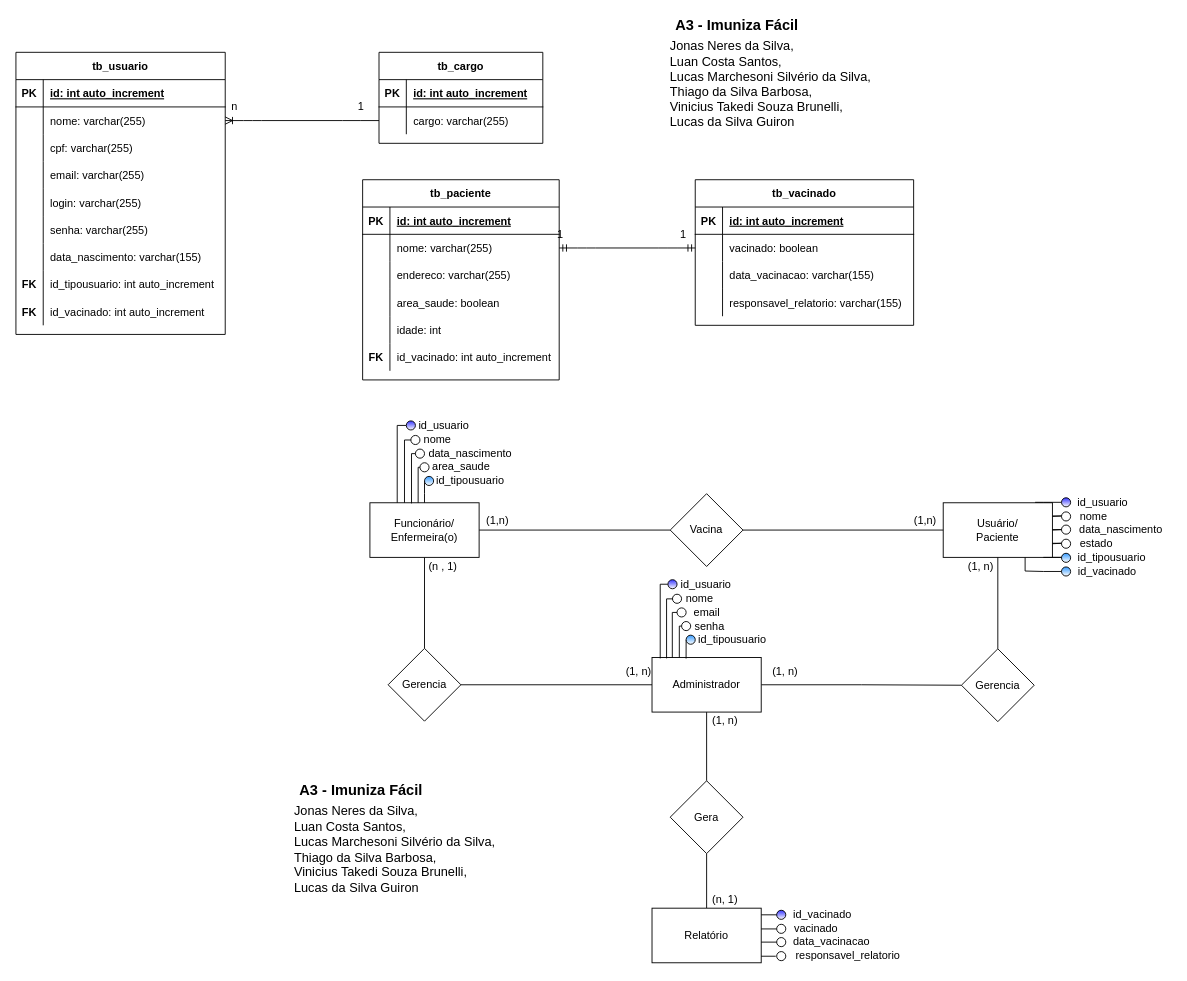
viniciustakedi/USTJ-CC-A3 keeps this draw.io diagram as Diagramas/DER/DER_IMUNIZAFACIL.drawio. Above is the earlier version. Source tidied: cells renumbered, new cells numbered last; positions are measured from the earlier drawing's top-left corner, leaving out a move shared by most shapes. Both pictures are drawn from the tidied source at 91%, with x=0, y=0 at pixel (15, 15).
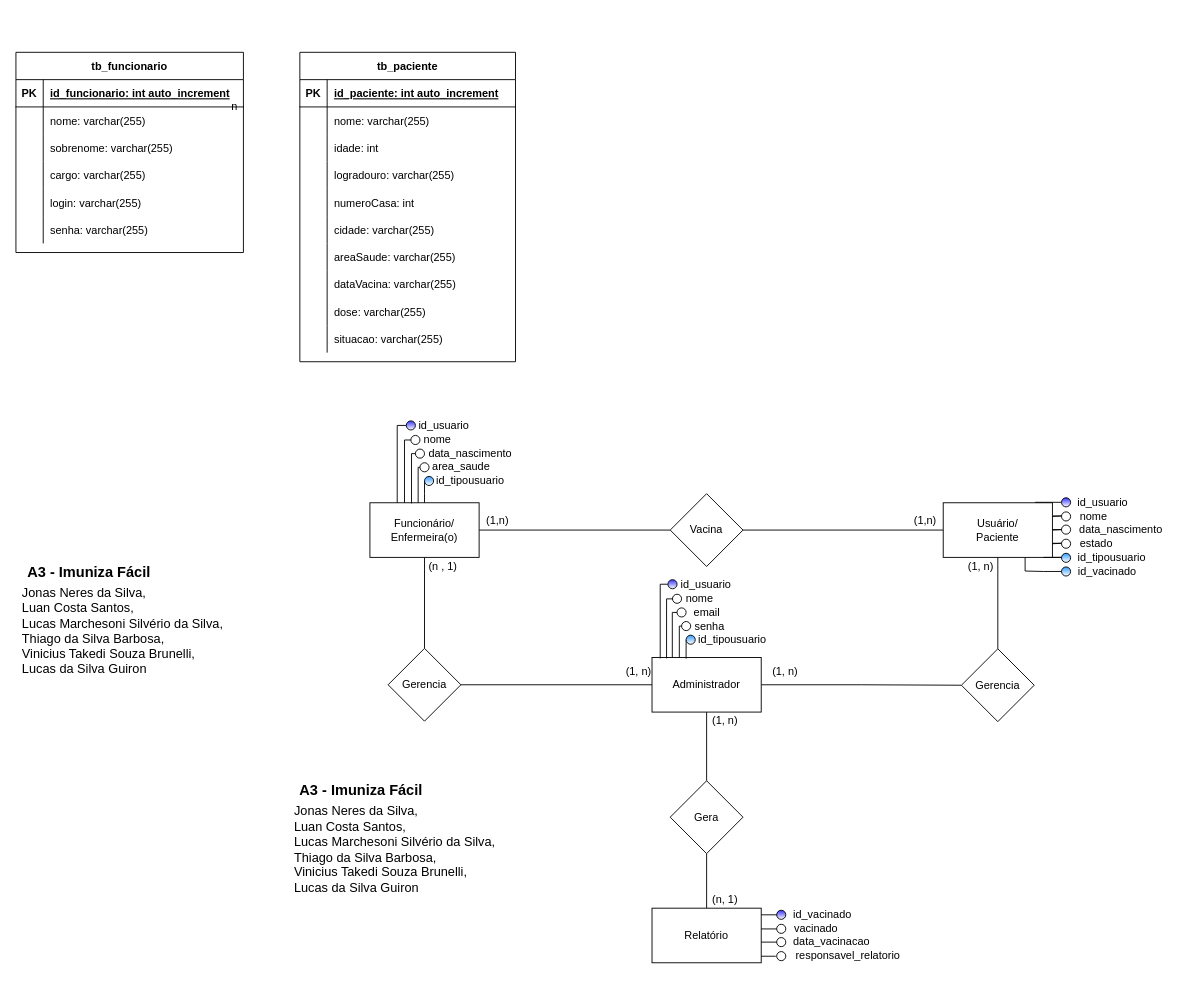
The same page after the edit.

Commit message (it also covers changes not shown here):
DER atualizado :robot:

Diff of the diagram source:
```diff
@@
-    <mxCell id="2" value="tb_cargo" style="shape=table;startSize=30;childLayout=tableLayout;rowLines=0;fontStyle=1;align=center;" parent="1" vertex="1">
-      <mxGeometry x="399" y="40" width="180" height="100" as="geometry" />
-    </mxCell>
-    <mxCell id="3" style="shape=partialRectangle;fillColor=none;top=0;left=0;bottom=1;right=0;" parent="2" vertex="1">
-      <mxGeometry y="30" width="180" height="30" as="geometry" />
-    </mxCell>
-    <mxCell id="4" value="PK" style="shape=partialRectangle;fillColor=none;top=0;left=0;bottom=0;right=0;fontStyle=1;overflow=hidden;" parent="3" vertex="1">
-      <mxGeometry width="30" height="30" as="geometry" />
-    </mxCell>
-    <mxCell id="5" value="id: int auto_increment" style="shape=partialRectangle;fillColor=none;top=0;left=0;bottom=0;right=0;align=left;spacingLeft=6;fontStyle=5;overflow=hidden;" parent="3" vertex="1">
-      <mxGeometry x="30" width="150" height="30" as="geometry" />
-    </mxCell>
-    <mxCell id="6" style="shape=partialRectangle;fillColor=none;top=0;left=0;bottom=0;right=0;points=[[0,0.5],[1,0.5]];portConstraint=eastwest;" parent="2" vertex="1">
-      <mxGeometry y="60" width="180" height="30" as="geometry" />
-    </mxCell>
-    <mxCell id="7" style="shape=partialRectangle;fillColor=none;top=0;left=0;bottom=0;right=0;overflow=hidden;" parent="6" vertex="1">
-      <mxGeometry width="30" height="30" as="geometry" />
-    </mxCell>
-    <mxCell id="8" value="cargo: varchar(255)" style="shape=partialRectangle;fillColor=none;top=0;left=0;bottom=0;right=0;align=left;spacingLeft=6;overflow=hidden;" parent="6" vertex="1">
-      <mxGeometry x="30" width="150" height="30" as="geometry" />
-    </mxCell>
-    <mxCell id="9" value="tb_usuario" style="shape=table;startSize=30;childLayout=tableLayout;rowLines=0;fontStyle=1;align=center;" parent="1" vertex="1">
-      <mxGeometry y="40" width="230" height="310" as="geometry" />
+    <mxCell id="9" value="tb_funcionario" style="shape=table;startSize=30;childLayout=tableLayout;rowLines=0;fontStyle=1;align=center;" parent="1" vertex="1">
+      <mxGeometry y="40" width="250" height="220" as="geometry" />
     </mxCell>
     <mxCell id="10" style="shape=partialRectangle;fillColor=none;top=0;left=0;bottom=1;right=0;" parent="9" vertex="1">
-      <mxGeometry y="30" width="230" height="30" as="geometry" />
+      <mxGeometry y="30" width="250" height="30" as="geometry" />
     </mxCell>
@@
-    <mxCell id="12" value="id: int auto_increment" style="shape=partialRectangle;fillColor=none;top=0;left=0;bottom=0;right=0;align=left;spacingLeft=6;fontStyle=5;overflow=hidden;" parent="10" vertex="1">
-      <mxGeometry x="30" width="200" height="30" as="geometry" />
+    <mxCell id="12" value="id_funcionario: int auto_increment" style="shape=partialRectangle;fillColor=none;top=0;left=0;bottom=0;right=0;align=left;spacingLeft=6;fontStyle=5;overflow=hidden;" parent="10" vertex="1">
+      <mxGeometry x="30" width="220" height="30" as="geometry" />
     </mxCell>
     <mxCell id="13" style="shape=partialRectangle;fillColor=none;top=0;left=0;bottom=0;right=0;points=[[0,0.5],[1,0.5]];portConstraint=eastwest;" parent="9" vertex="1">
-      <mxGeometry y="60" width="230" height="30" as="geometry" />
+      <mxGeometry y="60" width="250" height="30" as="geometry" />
     </mxCell>
@@
     <mxCell id="15" value="nome: varchar(255)" style="shape=partialRectangle;fillColor=none;top=0;left=0;bottom=0;right=0;align=left;spacingLeft=6;overflow=hidden;" parent="13" vertex="1">
-      <mxGeometry x="30" width="200" height="30" as="geometry" />
+      <mxGeometry x="30" width="220" height="30" as="geometry" />
     </mxCell>
     <mxCell id="16" style="shape=partialRectangle;fillColor=none;top=0;left=0;bottom=0;right=0;" parent="9" vertex="1">
-      <mxGeometry y="90" width="230" height="30" as="geometry" />
+      <mxGeometry y="90" width="250" height="30" as="geometry" />
     </mxCell>
@@
-    <mxCell id="18" value="cpf: varchar(255)" style="shape=partialRectangle;fillColor=none;top=0;left=0;bottom=0;right=0;align=left;spacingLeft=6;overflow=hidden;" parent="16" vertex="1">
-      <mxGeometry x="30" width="200" height="30" as="geometry" />
+    <mxCell id="18" value="sobrenome: varchar(255)" style="shape=partialRectangle;fillColor=none;top=0;left=0;bottom=0;right=0;align=left;spacingLeft=6;overflow=hidden;" parent="16" vertex="1">
+      <mxGeometry x="30" width="220" height="30" as="geometry" />
     </mxCell>
     <mxCell id="19" style="shape=partialRectangle;fillColor=none;top=0;left=0;bottom=0;right=0;" parent="9" vertex="1">
-      <mxGeometry y="120" width="230" height="30" as="geometry" />
+      <mxGeometry y="120" width="250" height="30" as="geometry" />
     </mxCell>
@@
-    <mxCell id="21" value="email: varchar(255)" style="shape=partialRectangle;fillColor=none;top=0;left=0;bottom=0;right=0;align=left;spacingLeft=6;overflow=hidden;" parent="19" vertex="1">
-      <mxGeometry x="30" width="200" height="30" as="geometry" />
+    <mxCell id="21" value="cargo: varchar(255)" style="shape=partialRectangle;fillColor=none;top=0;left=0;bottom=0;right=0;align=left;spacingLeft=6;overflow=hidden;" parent="19" vertex="1">
+      <mxGeometry x="30" width="220" height="30" as="geometry" />
     </mxCell>
     <mxCell id="22" style="shape=partialRectangle;fillColor=none;top=0;left=0;bottom=0;right=0;" parent="9" vertex="1">
-      <mxGeometry y="150" width="230" height="30" as="geometry" />
+      <mxGeometry y="150" width="250" height="30" as="geometry" />
     </mxCell>
@@
     <mxCell id="24" value="login: varchar(255)" style="shape=partialRectangle;fillColor=none;top=0;left=0;bottom=0;right=0;align=left;spacingLeft=6;overflow=hidden;" parent="22" vertex="1">
-      <mxGeometry x="30" width="200" height="30" as="geometry" />
+      <mxGeometry x="30" width="220" height="30" as="geometry" />
     </mxCell>
     <mxCell id="25" style="shape=partialRectangle;fillColor=none;top=0;left=0;bottom=0;right=0;" parent="9" vertex="1">
-      <mxGeometry y="180" width="230" height="30" as="geometry" />
+      <mxGeometry y="180" width="250" height="30" as="geometry" />
     </mxCell>
@@
     <mxCell id="27" value="senha: varchar(255)" style="shape=partialRectangle;fillColor=none;top=0;left=0;bottom=0;right=0;align=left;spacingLeft=6;overflow=hidden;" parent="25" vertex="1">
-      <mxGeometry x="30" width="200" height="30" as="geometry" />
+      <mxGeometry x="30" width="220" height="30" as="geometry" />
     </mxCell>
-    <mxCell id="28" style="shape=partialRectangle;fillColor=none;top=0;left=0;bottom=0;right=0;" parent="9" vertex="1">
-      <mxGeometry y="210" width="230" height="30" as="geometry" />
-    </mxCell>
-    <mxCell id="29" style="shape=partialRectangle;fillColor=none;top=0;left=0;bottom=0;right=0;overflow=hidden;" parent="28" vertex="1">
-      <mxGeometry width="30" height="30" as="geometry" />
-    </mxCell>
-    <mxCell id="30" value="data_nascimento: varchar(155)" style="shape=partialRectangle;fillColor=none;top=0;left=0;bottom=0;right=0;align=left;spacingLeft=6;overflow=hidden;" parent="28" vertex="1">
-      <mxGeometry x="30" width="200" height="30" as="geometry" />
-    </mxCell>
-    <mxCell id="31" style="shape=partialRectangle;fillColor=none;top=0;left=0;bottom=0;right=0;" parent="9" vertex="1">
-      <mxGeometry y="240" width="230" height="30" as="geometry" />
-    </mxCell>
-    <mxCell id="32" value="FK" style="shape=partialRectangle;fillColor=none;top=0;left=0;bottom=0;right=0;overflow=hidden;fontStyle=1;" parent="31" vertex="1">
-      <mxGeometry width="30" height="30" as="geometry" />
-    </mxCell>
-    <mxCell id="33" value="id_tipousuario: int auto_increment" style="shape=partialRectangle;fillColor=none;top=0;left=0;bottom=0;right=0;align=left;spacingLeft=6;overflow=hidden;" parent="31" vertex="1">
-      <mxGeometry x="30" width="200" height="30" as="geometry" />
-    </mxCell>
-    <mxCell id="34" style="shape=partialRectangle;fillColor=none;top=0;left=0;bottom=0;right=0;" parent="9" vertex="1">
-      <mxGeometry y="270" width="230" height="30" as="geometry" />
-    </mxCell>
-    <mxCell id="35" value="FK" style="shape=partialRectangle;fillColor=none;top=0;left=0;bottom=0;right=0;overflow=hidden;fontStyle=1;" parent="34" vertex="1">
-      <mxGeometry width="30" height="30" as="geometry" />
-    </mxCell>
-    <mxCell id="36" value="id_vacinado: int auto_increment" style="shape=partialRectangle;fillColor=none;top=0;left=0;bottom=0;right=0;align=left;spacingLeft=6;overflow=hidden;" parent="34" vertex="1">
-      <mxGeometry x="30" width="200" height="30" as="geometry" />
-    </mxCell>
-    <mxCell id="37" style="edgeStyle=entityRelationEdgeStyle;fontSize=12;html=1;endArrow=ERoneToMany;entryX=1;entryY=0.5;entryDx=0;entryDy=0;exitX=0;exitY=0.5;exitDx=0;exitDy=0;" parent="1" edge="1" source="6" target="13">
-      <mxGeometry relative="1" as="geometry" />
-    </mxCell>
-    <mxCell id="38" value="1" style="text;html=1;align=center;verticalAlign=middle;strokeColor=none;" parent="1" vertex="1">
-      <mxGeometry x="369" y="90" width="20" height="20" as="geometry" />
-    </mxCell>
@@
-    <mxCell id="61" value="tb_vacinado" style="shape=table;startSize=30;childLayout=tableLayout;rowLines=0;fontStyle=1;align=center;" parent="1" vertex="1">
-      <mxGeometry x="746.5" y="180" width="240" height="160" as="geometry" />
-    </mxCell>
-    <mxCell id="62" style="shape=partialRectangle;fillColor=none;top=0;left=0;bottom=1;right=0;" parent="61" vertex="1">
-      <mxGeometry y="30" width="240" height="30" as="geometry" />
-    </mxCell>
-    <mxCell id="63" value="PK" style="shape=partialRectangle;fillColor=none;top=0;left=0;bottom=0;right=0;fontStyle=1;overflow=hidden;" parent="62" vertex="1">
-      <mxGeometry width="30" height="30" as="geometry" />
-    </mxCell>
-    <mxCell id="64" value="id: int auto_increment" style="shape=partialRectangle;fillColor=none;top=0;left=0;bottom=0;right=0;align=left;spacingLeft=6;fontStyle=5;overflow=hidden;" parent="62" vertex="1">
-      <mxGeometry x="30" width="210" height="30" as="geometry" />
-    </mxCell>
-    <mxCell id="65" style="shape=partialRectangle;fillColor=none;top=0;left=0;bottom=0;right=0;points=[[0,0.5],[1,0.5]];portConstraint=eastwest;" parent="61" vertex="1">
-      <mxGeometry y="60" width="240" height="30" as="geometry" />
-    </mxCell>
-    <mxCell id="66" style="shape=partialRectangle;fillColor=none;top=0;left=0;bottom=0;right=0;overflow=hidden;" parent="65" vertex="1">
-      <mxGeometry width="30" height="30" as="geometry" />
-    </mxCell>
-    <mxCell id="67" value="vacinado: boolean" style="shape=partialRectangle;fillColor=none;top=0;left=0;bottom=0;right=0;align=left;spacingLeft=6;overflow=hidden;" parent="65" vertex="1">
-      <mxGeometry x="30" width="210" height="30" as="geometry" />
-    </mxCell>
-    <mxCell id="68" style="shape=partialRectangle;fillColor=none;top=0;left=0;bottom=0;right=0;" parent="61" vertex="1">
-      <mxGeometry y="90" width="240" height="30" as="geometry" />
-    </mxCell>
-    <mxCell id="69" style="shape=partialRectangle;fillColor=none;top=0;left=0;bottom=0;right=0;overflow=hidden;" parent="68" vertex="1">
-      <mxGeometry width="30" height="30" as="geometry" />
-    </mxCell>
-    <mxCell id="70" value="data_vacinacao: varchar(155)" style="shape=partialRectangle;fillColor=none;top=0;left=0;bottom=0;right=0;align=left;spacingLeft=6;overflow=hidden;" parent="68" vertex="1">
-      <mxGeometry x="30" width="210" height="30" as="geometry" />
-    </mxCell>
-    <mxCell id="71" style="shape=partialRectangle;fillColor=none;top=0;left=0;bottom=0;right=0;" parent="61" vertex="1">
-      <mxGeometry y="120" width="240" height="30" as="geometry" />
-    </mxCell>
-    <mxCell id="72" style="shape=partialRectangle;fillColor=none;top=0;left=0;bottom=0;right=0;overflow=hidden;" parent="71" vertex="1">
-      <mxGeometry width="30" height="30" as="geometry" />
-    </mxCell>
-    <mxCell id="73" value="responsavel_relatorio: varchar(155)" style="shape=partialRectangle;fillColor=none;top=0;left=0;bottom=0;right=0;align=left;spacingLeft=6;overflow=hidden;" parent="71" vertex="1">
-      <mxGeometry x="30" width="210" height="30" as="geometry" />
-    </mxCell>
-    <mxCell id="74" style="edgeStyle=entityRelationEdgeStyle;fontSize=12;html=1;endArrow=ERmandOne;startArrow=ERmandOne;entryX=0;entryY=0.5;entryDx=0;entryDy=0;exitX=1;exitY=0.5;exitDx=0;exitDy=0;" parent="1" edge="1" source="146" target="65">
-      <mxGeometry relative="1" as="geometry" />
-    </mxCell>
-    <mxCell id="75" value="1" style="text;html=1;align=center;verticalAlign=middle;strokeColor=none;" parent="1" vertex="1">
-      <mxGeometry x="588" y="230" width="20" height="20" as="geometry" />
-    </mxCell>
-    <mxCell id="76" value="1" style="text;html=1;align=center;verticalAlign=middle;strokeColor=none;" parent="1" vertex="1">
-      <mxGeometry x="722.5" y="230" width="20" height="20" as="geometry" />
-    </mxCell>
@@
     <mxCell id="142" value="tb_paciente" style="shape=table;startSize=30;childLayout=tableLayout;rowLines=0;fontStyle=1;align=center;" parent="1" vertex="1">
-      <mxGeometry x="381" y="180" width="216" height="220" as="geometry" />
+      <mxGeometry x="312" y="40" width="237" height="340" as="geometry" />
     </mxCell>
     <mxCell id="143" style="shape=partialRectangle;fillColor=none;top=0;left=0;bottom=1;right=0;" parent="142" vertex="1">
-      <mxGeometry y="30" width="216" height="30" as="geometry" />
+      <mxGeometry y="30" width="237" height="30" as="geometry" />
     </mxCell>
@@
-    <mxCell id="145" value="id: int auto_increment" style="shape=partialRectangle;fillColor=none;top=0;left=0;bottom=0;right=0;align=left;spacingLeft=6;fontStyle=5;overflow=hidden;" parent="143" vertex="1">
-      <mxGeometry x="30" width="186" height="30" as="geometry" />
+    <mxCell id="145" value="id_paciente: int auto_increment" style="shape=partialRectangle;fillColor=none;top=0;left=0;bottom=0;right=0;align=left;spacingLeft=6;fontStyle=5;overflow=hidden;" parent="143" vertex="1">
+      <mxGeometry x="30" width="207" height="30" as="geometry" />
     </mxCell>
     <mxCell id="146" style="shape=partialRectangle;fillColor=none;top=0;left=0;bottom=0;right=0;points=[[0,0.5],[1,0.5]];portConstraint=eastwest;" parent="142" vertex="1">
-      <mxGeometry y="60" width="216" height="30" as="geometry" />
+      <mxGeometry y="60" width="237" height="30" as="geometry" />
     </mxCell>
@@
     <mxCell id="148" value="nome: varchar(255)" style="shape=partialRectangle;fillColor=none;top=0;left=0;bottom=0;right=0;align=left;spacingLeft=6;overflow=hidden;" parent="146" vertex="1">
-      <mxGeometry x="30" width="186" height="30" as="geometry" />
+      <mxGeometry x="30" width="207" height="30" as="geometry" />
     </mxCell>
+    <mxCell id="155" style="shape=partialRectangle;fillColor=none;top=0;left=0;bottom=0;right=0;" parent="142" vertex="1">
+      <mxGeometry y="90" width="237" height="30" as="geometry" />
+    </mxCell>
+    <mxCell id="156" style="shape=partialRectangle;fillColor=none;top=0;left=0;bottom=0;right=0;overflow=hidden;" parent="155" vertex="1">
+      <mxGeometry width="30" height="30" as="geometry" />
+    </mxCell>
+    <mxCell id="157" value="idade: int" style="shape=partialRectangle;fillColor=none;top=0;left=0;bottom=0;right=0;align=left;spacingLeft=6;overflow=hidden;" parent="155" vertex="1">
+      <mxGeometry x="30" width="207" height="30" as="geometry" />
+    </mxCell>
     <mxCell id="149" style="shape=partialRectangle;fillColor=none;top=0;left=0;bottom=0;right=0;" parent="142" vertex="1">
-      <mxGeometry y="90" width="216" height="30" as="geometry" />
+      <mxGeometry y="120" width="237" height="30" as="geometry" />
     </mxCell>
@@
-    <mxCell id="151" value="endereco: varchar(255)" style="shape=partialRectangle;fillColor=none;top=0;left=0;bottom=0;right=0;align=left;spacingLeft=6;overflow=hidden;" parent="149" vertex="1">
-      <mxGeometry x="30" width="186" height="30" as="geometry" />
+    <mxCell id="151" value="logradouro: varchar(255)" style="shape=partialRectangle;fillColor=none;top=0;left=0;bottom=0;right=0;align=left;spacingLeft=6;overflow=hidden;" parent="149" vertex="1">
+      <mxGeometry x="30" width="207" height="30" as="geometry" />
     </mxCell>
     <mxCell id="152" style="shape=partialRectangle;fillColor=none;top=0;left=0;bottom=0;right=0;" parent="142" vertex="1">
-      <mxGeometry y="120" width="216" height="30" as="geometry" />
+      <mxGeometry y="150" width="237" height="30" as="geometry" />
     </mxCell>
@@
-    <mxCell id="154" value="area_saude: boolean" style="shape=partialRectangle;fillColor=none;top=0;left=0;bottom=0;right=0;align=left;spacingLeft=6;overflow=hidden;" parent="152" vertex="1">
-      <mxGeometry x="30" width="186" height="30" as="geometry" />
+    <mxCell id="154" value="numeroCasa: int" style="shape=partialRectangle;fillColor=none;top=0;left=0;bottom=0;right=0;align=left;spacingLeft=6;overflow=hidden;" parent="152" vertex="1">
+      <mxGeometry x="30" width="207" height="30" as="geometry" />
     </mxCell>
-    <mxCell id="155" style="shape=partialRectangle;fillColor=none;top=0;left=0;bottom=0;right=0;" parent="142" vertex="1">
-      <mxGeometry y="150" width="216" height="30" as="geometry" />
-    </mxCell>
-    <mxCell id="156" style="shape=partialRectangle;fillColor=none;top=0;left=0;bottom=0;right=0;overflow=hidden;" parent="155" vertex="1">
-      <mxGeometry width="30" height="30" as="geometry" />
-    </mxCell>
-    <mxCell id="157" value="idade: int" style="shape=partialRectangle;fillColor=none;top=0;left=0;bottom=0;right=0;align=left;spacingLeft=6;overflow=hidden;" parent="155" vertex="1">
-      <mxGeometry x="30" width="186" height="30" as="geometry" />
-    </mxCell>
     <mxCell id="158" style="shape=partialRectangle;fillColor=none;top=0;left=0;bottom=0;right=0;" parent="142" vertex="1">
-      <mxGeometry y="180" width="216" height="30" as="geometry" />
+      <mxGeometry y="180" width="237" height="30" as="geometry" />
     </mxCell>
-    <mxCell id="159" value="FK" style="shape=partialRectangle;fillColor=none;top=0;left=0;bottom=0;right=0;overflow=hidden;fontStyle=1;" parent="158" vertex="1">
+    <mxCell id="159" style="shape=partialRectangle;fillColor=none;top=0;left=0;bottom=0;right=0;overflow=hidden;fontStyle=1;" parent="158" vertex="1">
       <mxGeometry width="30" height="30" as="geometry" />
     </mxCell>
-    <mxCell id="160" value="id_vacinado: int auto_increment" style="shape=partialRectangle;fillColor=none;top=0;left=0;bottom=0;right=0;align=left;spacingLeft=6;overflow=hidden;" parent="158" vertex="1">
-      <mxGeometry x="30" width="186" height="30" as="geometry" />
+    <mxCell id="160" value="cidade: varchar(255)" style="shape=partialRectangle;fillColor=none;top=0;left=0;bottom=0;right=0;align=left;spacingLeft=6;overflow=hidden;" parent="158" vertex="1">
+      <mxGeometry x="30" width="207" height="30" as="geometry" />
     </mxCell>
+    <mxCell id="163" style="shape=partialRectangle;fillColor=none;top=0;left=0;bottom=0;right=0;" parent="142" vertex="1">
+      <mxGeometry y="210" width="237" height="30" as="geometry" />
+    </mxCell>
+    <mxCell id="164" style="shape=partialRectangle;fillColor=none;top=0;left=0;bottom=0;right=0;overflow=hidden;" parent="163" vertex="1">
+      <mxGeometry width="30" height="30" as="geometry" />
+    </mxCell>
+    <mxCell id="165" value="areaSaude: varchar(255)" style="shape=partialRectangle;fillColor=none;top=0;left=0;bottom=0;right=0;align=left;spacingLeft=6;overflow=hidden;" parent="163" vertex="1">
+      <mxGeometry x="30" width="207" height="30" as="geometry" />
+    </mxCell>
+    <mxCell id="166" style="shape=partialRectangle;fillColor=none;top=0;left=0;bottom=0;right=0;" parent="142" vertex="1">
+      <mxGeometry y="240" width="237" height="30" as="geometry" />
+    </mxCell>
+    <mxCell id="167" style="shape=partialRectangle;fillColor=none;top=0;left=0;bottom=0;right=0;overflow=hidden;" parent="166" vertex="1">
+      <mxGeometry width="30" height="30" as="geometry" />
+    </mxCell>
+    <mxCell id="168" value="dataVacina: varchar(255)" style="shape=partialRectangle;fillColor=none;top=0;left=0;bottom=0;right=0;align=left;spacingLeft=6;overflow=hidden;" parent="166" vertex="1">
+      <mxGeometry x="30" width="207" height="30" as="geometry" />
+    </mxCell>
+    <mxCell id="169" style="shape=partialRectangle;fillColor=none;top=0;left=0;bottom=0;right=0;" parent="142" vertex="1">
+      <mxGeometry y="270" width="237" height="30" as="geometry" />
+    </mxCell>
+    <mxCell id="170" style="shape=partialRectangle;fillColor=none;top=0;left=0;bottom=0;right=0;overflow=hidden;" parent="169" vertex="1">
+      <mxGeometry width="30" height="30" as="geometry" />
+    </mxCell>
+    <mxCell id="171" value="dose: varchar(255)" style="shape=partialRectangle;fillColor=none;top=0;left=0;bottom=0;right=0;align=left;spacingLeft=6;overflow=hidden;" parent="169" vertex="1">
+      <mxGeometry x="30" width="207" height="30" as="geometry" />
+    </mxCell>
+    <mxCell id="172" style="shape=partialRectangle;fillColor=none;top=0;left=0;bottom=0;right=0;" parent="142" vertex="1">
+      <mxGeometry y="300" width="237" height="30" as="geometry" />
+    </mxCell>
+    <mxCell id="173" style="shape=partialRectangle;fillColor=none;top=0;left=0;bottom=0;right=0;overflow=hidden;" parent="172" vertex="1">
+      <mxGeometry width="30" height="30" as="geometry" />
+    </mxCell>
+    <mxCell id="174" value="situacao: varchar(255)" style="shape=partialRectangle;fillColor=none;top=0;left=0;bottom=0;right=0;align=left;spacingLeft=6;overflow=hidden;" parent="172" vertex="1">
+      <mxGeometry x="30" width="207" height="30" as="geometry" />
+    </mxCell>
     <mxCell id="161" value="&lt;font style=&quot;font-size: 16px&quot;&gt;&lt;b&gt;A3 - Imuniza Fácil&lt;/b&gt;&lt;/font&gt;" style="text;html=1;align=center;verticalAlign=middle;strokeColor=none;" parent="1" vertex="1">
-      <mxGeometry x="716.5" width="150" height="20" as="geometry" />
+      <mxGeometry x="5" y="600.5" width="150" height="20" as="geometry" />
     </mxCell>
     <mxCell id="162" value="&lt;font style=&quot;font-size: 14px&quot;&gt;Jonas Neres da Silva, &lt;br&gt;Luan Costa Santos, &lt;br&gt;&lt;/font&gt;&lt;div style=&quot;font-size: 14px&quot;&gt;&lt;span&gt;&lt;font style=&quot;font-size: 14px&quot;&gt;Lucas Marchesoni Silvério da Silva,&lt;/font&gt;&lt;/span&gt;&lt;/div&gt;&lt;font style=&quot;font-size: 14px&quot;&gt;Thiago da Silva Barbosa, &lt;br&gt;Vinicius Takedi Souza Brunelli, &lt;br&gt;Lucas da Silva Guiron&lt;/font&gt;" style="text;html=1;align=left;verticalAlign=middle;strokeColor=none;" parent="1" vertex="1">
-      <mxGeometry x="716.5" y="30" width="240" height="90" as="geometry" />
+      <mxGeometry x="5" y="630.5" width="240" height="90" as="geometry" />
     </mxCell>
```
